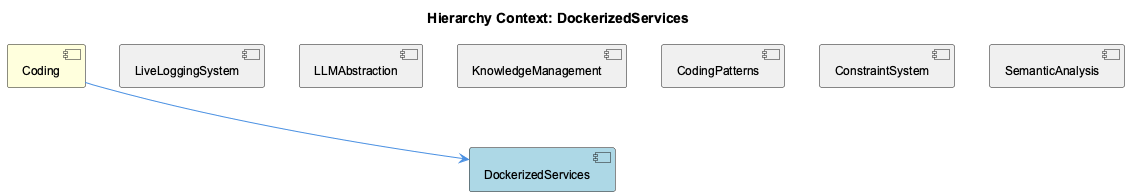
Earlier version of the PlantUML export knowledge-management/insights/images/dockerized-services-relationship.png (fwornle/coding).
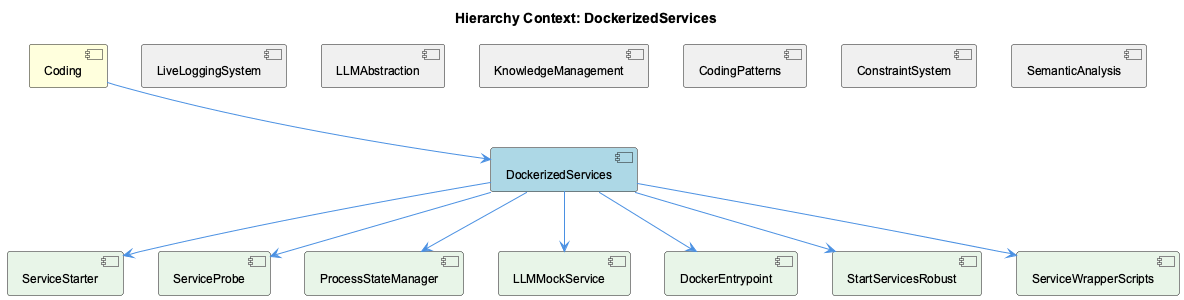
The same file after the commit.

Change to the diagram source:
```diff
@@ -11,6 +11,13 @@
 [CodingPatterns] as coding_patterns #F0F0F0
 [ConstraintSystem] as constraint_system #F0F0F0
 [SemanticAnalysis] as semantic_analysis #F0F0F0
+[ServiceStarter] as service_starter #E8F5E8
+[ServiceProbe] as service_probe #E8F5E8
+[ProcessStateManager] as process_state_manager #E8F5E8
+[LLMMockService] as llmmock_service #E8F5E8
+[DockerEntrypoint] as docker_entrypoint #E8F5E8
+[StartServicesRobust] as start_services_robust #E8F5E8
+[ServiceWrapperScripts] as service_wrapper_scripts #E8F5E8
 
 coding --> dockerized_services
 live_logging_system -[hidden]- dockerized_services
@@ -19,5 +26,12 @@
 coding_patterns -[hidden]- dockerized_services
 constraint_system -[hidden]- dockerized_services
 semantic_analysis -[hidden]- dockerized_services
+dockerized_services --> service_starter
+dockerized_services --> service_probe
+dockerized_services --> process_state_manager
+dockerized_services --> llmmock_service
+dockerized_services --> docker_entrypoint
+dockerized_services --> start_services_robust
+dockerized_services --> service_wrapper_scripts
 
 @enduml
```
